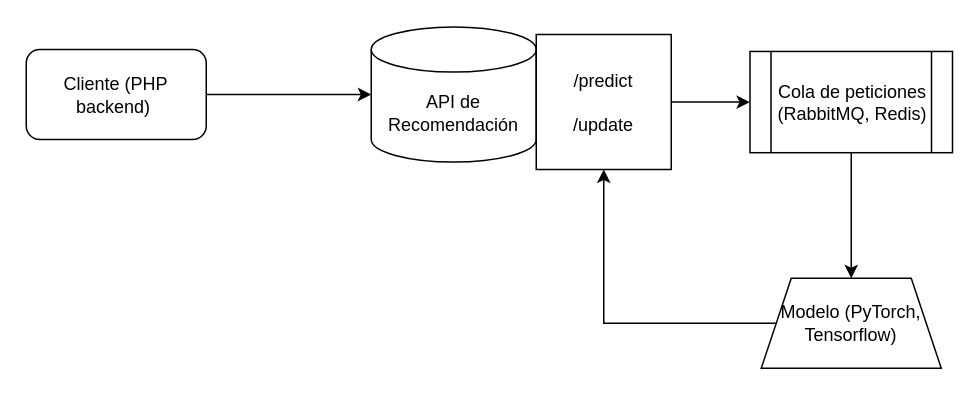
Before: workflow.drawio in Hacksimo/Recommender, a draw.io diagram. Source tidied: cells renumbered, new cells numbered last; positions are measured from the earlier drawing's top-left corner, leaving out a move shared by most shapes. Both pictures are drawn from the tidied source at 150%, with x=0, y=0 at pixel (26, 26).
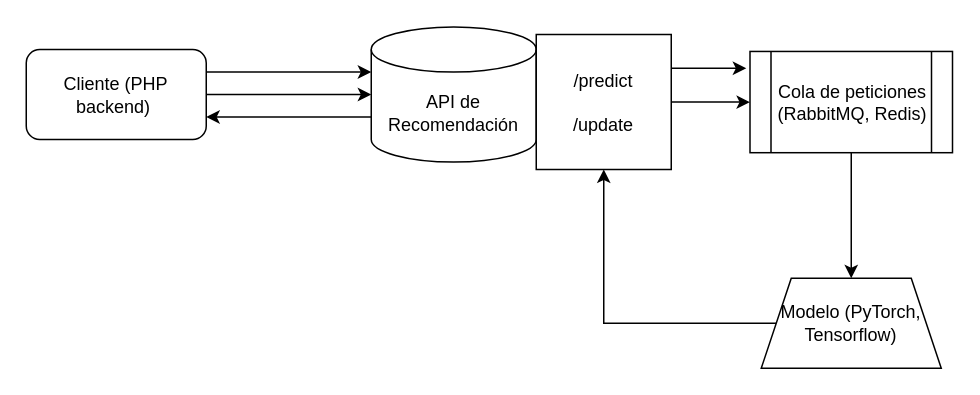
The same diagram, later.

The edit, as a diff of the source:
```diff
@@
 <mxGraphModel>
   <root>
     <mxCell id="0" />
     <mxCell id="1" parent="0" />
     <mxCell id="2" value="Cliente (PHP backend)&amp;nbsp;" style="rounded=1;whiteSpace=wrap;html=1;" parent="1" vertex="1">
       <mxGeometry y="15.5" width="120" height="60" as="geometry" />
     </mxCell>
+    <mxCell id="11" style="edgeStyle=orthogonalEdgeStyle;rounded=0;jettySize=auto;html=1;exitX=0;exitY=0;exitDx=0;exitDy=60;exitPerimeter=0;entryX=1;entryY=0.75;entryDx=0;entryDy=0;" parent="1" edge="1" source="3" target="2">
+      <mxGeometry relative="1" as="geometry" />
+    </mxCell>
     <mxCell id="3" value="API de Recomendación" style="shape=cylinder3;whiteSpace=wrap;html=1;boundedLbl=1;backgroundOutline=1;size=15;" parent="1" vertex="1">
       <mxGeometry x="230" y="0.5" width="110" height="90" as="geometry" />
     </mxCell>
     <mxCell id="4" style="edgeStyle=orthogonalEdgeStyle;rounded=0;jettySize=auto;html=1;" parent="1" edge="1" source="5" target="7">
       <mxGeometry relative="1" as="geometry" />
     </mxCell>
+    <mxCell id="12" style="edgeStyle=orthogonalEdgeStyle;rounded=0;jettySize=auto;html=1;exitX=1;exitY=0.25;exitDx=0;exitDy=0;" parent="1" edge="1" source="5">
+      <mxGeometry relative="1" as="geometry">
+        <mxPoint x="480" y="28" as="targetPoint" />
+      </mxGeometry>
+    </mxCell>
     <mxCell id="5" value="/predict&lt;div&gt;&lt;br&gt;&lt;div&gt;/update&lt;/div&gt;&lt;/div&gt;" style="whiteSpace=wrap;html=1;" parent="1" vertex="1">
       <mxGeometry x="340" y="5.5" width="90" height="90" as="geometry" />
     </mxCell>
     <mxCell id="6" style="edgeStyle=orthogonalEdgeStyle;rounded=0;jettySize=auto;html=1;" parent="1" edge="1" source="7" target="9">
       <mxGeometry relative="1" as="geometry" />
     </mxCell>
     <mxCell id="7" value="Cola de peticiones&lt;div&gt;(RabbitMQ, Redis)&lt;/div&gt;" style="shape=process;whiteSpace=wrap;html=1;backgroundOutline=1;" parent="1" vertex="1">
       <mxGeometry x="482.5" y="16.8" width="135" height="67.5" as="geometry" />
     </mxCell>
     <mxCell id="8" style="edgeStyle=orthogonalEdgeStyle;rounded=0;jettySize=auto;html=1;exitX=0;exitY=0.5;exitDx=0;exitDy=0;entryX=0.5;entryY=1;entryDx=0;entryDy=0;" parent="1" edge="1" source="9" target="5">
       <mxGeometry relative="1" as="geometry" />
     </mxCell>
     <mxCell id="9" value="Modelo (PyTorch, Tensorflow)" style="shape=trapezoid;perimeter=trapezoidPerimeter;whiteSpace=wrap;html=1;fixedSize=1;" parent="1" vertex="1">
       <mxGeometry x="490" y="168" width="120" height="60" as="geometry" />
     </mxCell>
     <mxCell id="10" style="edgeStyle=orthogonalEdgeStyle;rounded=0;jettySize=auto;html=1;entryX=0;entryY=0.5;entryDx=0;entryDy=0;entryPerimeter=0;" parent="1" edge="1" source="2" target="3">
       <mxGeometry relative="1" as="geometry" />
     </mxCell>
+    <mxCell id="13" style="edgeStyle=orthogonalEdgeStyle;rounded=0;jettySize=auto;html=1;exitX=1;exitY=0.25;exitDx=0;exitDy=0;entryX=0;entryY=0;entryDx=0;entryDy=30;entryPerimeter=0;" parent="1" edge="1" source="2" target="3">
+      <mxGeometry relative="1" as="geometry" />
+    </mxCell>
   </root>
 </mxGraphModel>
```
